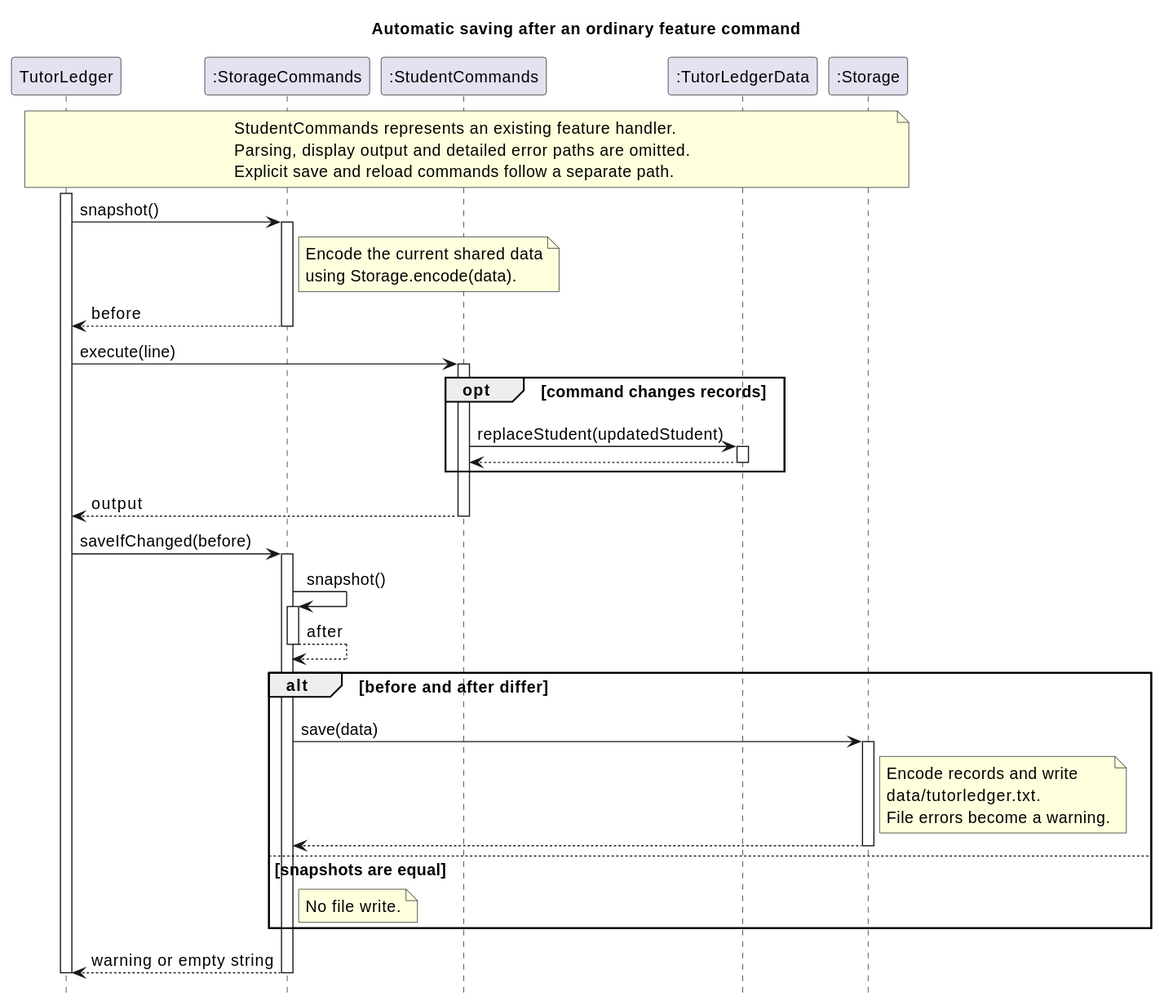
Before: docs/diagrams/storage-autosave-sequence.svg, a diagram exported from PlantUML (AY2627S1-CS2113-W12-2/tp). Its source is kept beside it as docs/diagrams/storage-autosave-sequence.puml. Its diagram source:
```plantuml
@startuml
skinparam backgroundColor white
skinparam defaultFontSize 14
skinparam shadowing false
hide footbox
title Automatic saving after an ordinary feature command

participant "TutorLedger" as Main
participant ":StorageCommands" as Persistence
participant ":StudentCommands" as Commands
participant ":TutorLedgerData" as Data
participant ":Storage" as Storage

note over Main, Storage
  StudentCommands represents an existing feature handler.
  Parsing, display output and detailed error paths are omitted.
  Explicit save and reload commands follow a separate path.
end note

activate Main
Main -> Persistence : snapshot()
activate Persistence
note right of Persistence : Encode the current shared data\nusing Storage.encode(data).
Persistence --> Main : before
deactivate Persistence

Main -> Commands : execute(line)
activate Commands
opt command changes records
  Commands -> Data : replaceStudent(updatedStudent)
  activate Data
  Data --> Commands
  deactivate Data
end
Commands --> Main : output
deactivate Commands

Main -> Persistence : saveIfChanged(before)
activate Persistence
Persistence -> Persistence : snapshot()
activate Persistence
Persistence --> Persistence : after
deactivate Persistence

alt before and after differ
  Persistence -> Storage : save(data)
  activate Storage
  note right of Storage
    Encode records and write
    data/tutorledger.txt.
    File errors become a warning.
  end note
  Storage --> Persistence
  deactivate Storage
else snapshots are equal
  note right of Persistence : No file write.
end

Persistence --> Main : warning or empty string
deactivate Persistence
deactivate Main
@enduml
```
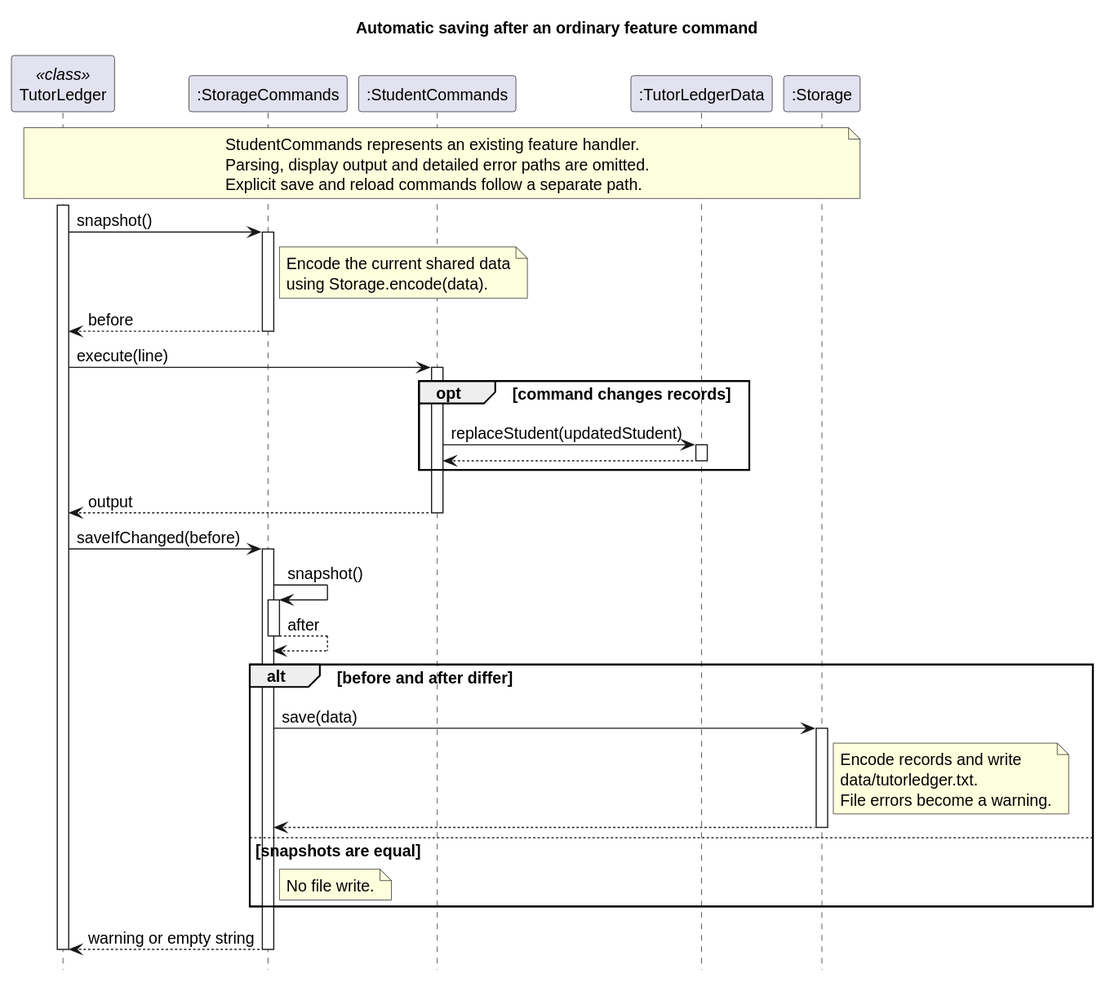
After the commit.

Change to the diagram source:
```diff
@@ -5,7 +5,7 @@
 hide footbox
 title Automatic saving after an ordinary feature command
 
-participant "TutorLedger" as Main
+participant "TutorLedger" as Main <<class>>
 participant ":StorageCommands" as Persistence
 participant ":StudentCommands" as Commands
 participant ":TutorLedgerData" as Data
```
